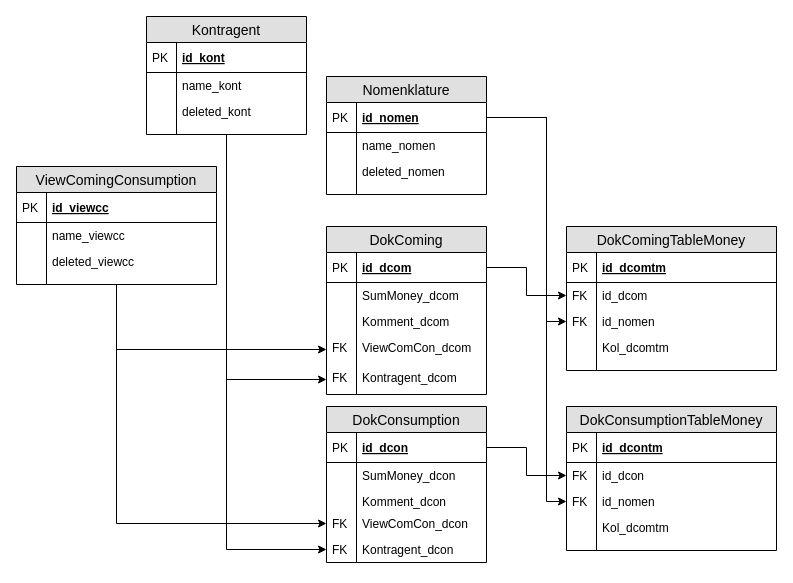
Earlier version of the draw.io diagram src/sql/Diagram/ДиаграммаBD .drawio (dggrom/PostgreSQL). Source tidied: cells renumbered, new cells numbered last; positions are measured from the earlier drawing's top-left corner, leaving out a move shared by most shapes. Both pictures are drawn from the tidied source at 100%, with x=0, y=0 at pixel (16, 16).
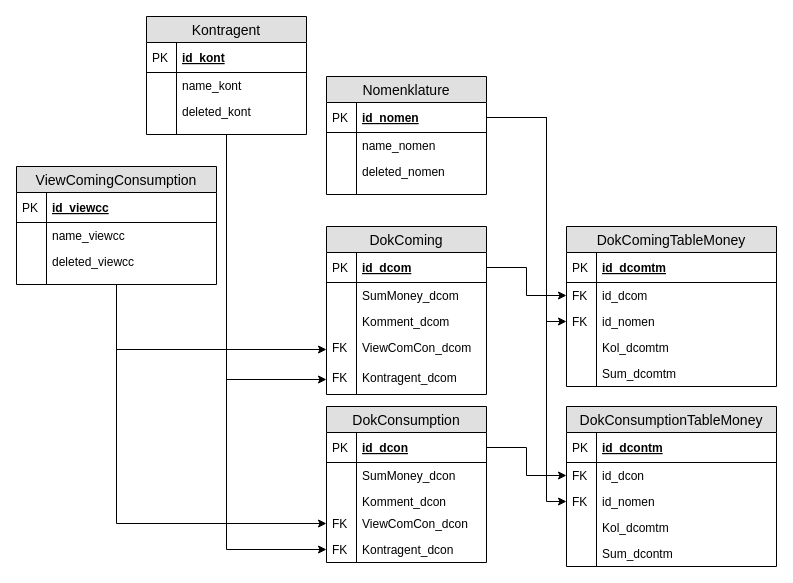
The same diagram, later.

The edit, as a diff of the source:
```diff
@@
     <mxCell id="43" value="DokComingTableMoney" style="swimlane;fontStyle=0;horizontal=1;startSize=26;fillColor=#e0e0e0;swimlaneFillColor=#ffffff;align=center;fontSize=14;" parent="1" vertex="1">
-      <mxGeometry x="550" y="210" width="210" height="144" as="geometry" />
+      <mxGeometry x="550" y="210" width="210" height="160" as="geometry" />
     </mxCell>
@@
-    <mxCell id="52" style="shape=partialRectangle;top=0;left=0;right=0;bottom=0;align=left;verticalAlign=top;fillColor=none;spacingLeft=34;spacingRight=4;overflow=hidden;fontSize=12;" parent="43" vertex="1">
-      <mxGeometry y="134" width="210" height="10" as="geometry" />
+    <mxCell id="52" value="Sum_dcomtm" style="shape=partialRectangle;top=0;left=0;right=0;bottom=0;align=left;verticalAlign=top;fillColor=none;spacingLeft=34;spacingRight=4;overflow=hidden;fontSize=12;" parent="43" vertex="1">
+      <mxGeometry y="134" width="210" height="26" as="geometry" />
     </mxCell>
     <mxCell id="53" style="shape=partialRectangle;top=0;left=0;bottom=0;fillColor=none;align=left;verticalAlign=top;spacingLeft=4;spacingRight=4;overflow=hidden;fontSize=12;" parent="52" vertex="1">
-      <mxGeometry width="30" height="10" as="geometry" />
+      <mxGeometry width="30" height="26" as="geometry" />
     </mxCell>
@@
     <mxCell id="67" value="DokConsumptionTableMoney" style="swimlane;fontStyle=0;horizontal=1;startSize=26;fillColor=#e0e0e0;swimlaneFillColor=#ffffff;align=center;fontSize=14;" parent="1" vertex="1">
-      <mxGeometry x="550" y="390" width="210" height="144" as="geometry" />
+      <mxGeometry x="550" y="390" width="210" height="160" as="geometry" />
     </mxCell>
@@
-    <mxCell id="76" style="shape=partialRectangle;top=0;left=0;right=0;bottom=0;align=left;verticalAlign=top;fillColor=none;spacingLeft=34;spacingRight=4;overflow=hidden;fontSize=12;" parent="67" vertex="1">
-      <mxGeometry y="134" width="210" height="10" as="geometry" />
+    <mxCell id="76" value="Sum_dcontm" style="shape=partialRectangle;top=0;left=0;right=0;bottom=0;align=left;verticalAlign=top;fillColor=none;spacingLeft=34;spacingRight=4;overflow=hidden;fontSize=12;" parent="67" vertex="1">
+      <mxGeometry y="134" width="210" height="26" as="geometry" />
     </mxCell>
     <mxCell id="77" style="shape=partialRectangle;top=0;left=0;bottom=0;fillColor=none;align=left;verticalAlign=top;spacingLeft=4;spacingRight=4;overflow=hidden;fontSize=12;" parent="76" vertex="1">
-      <mxGeometry width="30" height="10" as="geometry" />
+      <mxGeometry width="30" height="26" as="geometry" />
     </mxCell>
```
